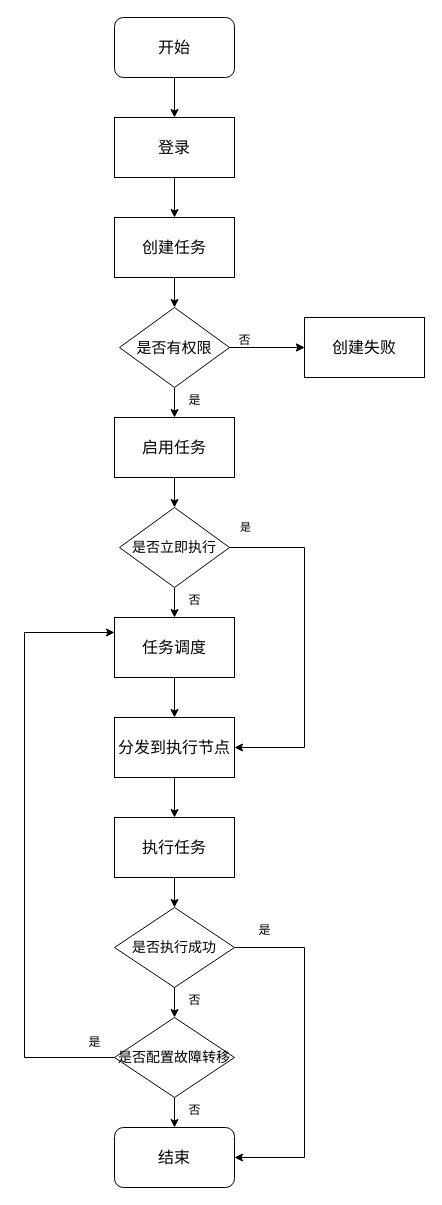
Above: 系统流程图.drawio in tianshengdiwangK/common (draw.io), before the change. Source tidied: cells renumbered, new cells numbered last; positions are measured from the earlier drawing's top-left corner, leaving out a move shared by most shapes. Both pictures are drawn from the tidied source at 100%, with x=0, y=0 at pixel (24, 17).
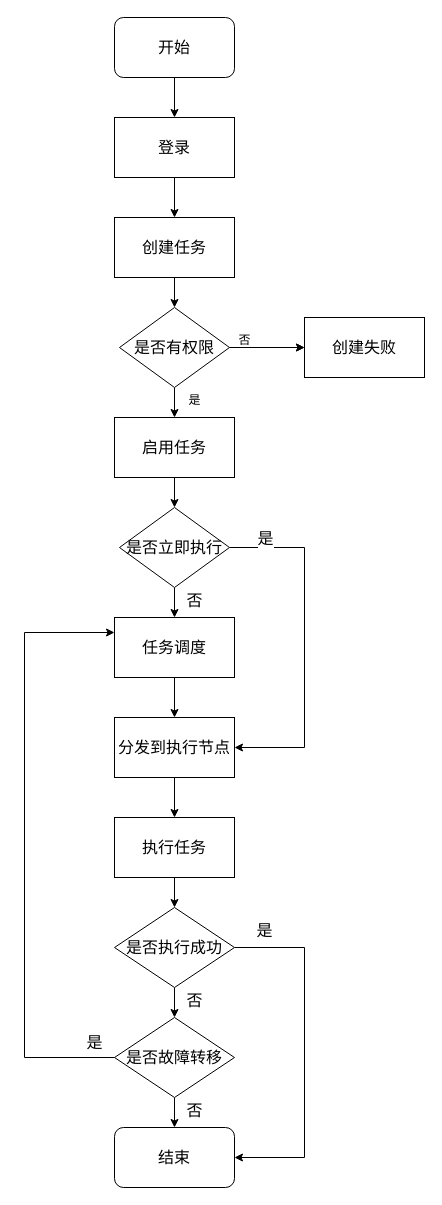
The same page after the edit.

Commit message:
更新系统流程图.drawio

The change refers to these unchanged cells:
```xml
<mxCell id="16" style="edgeStyle=orthogonalEdgeStyle;rounded=0;jettySize=auto;html=1;entryX=1;entryY=0.5;entryDx=0;entryDy=0;exitX=1;exitY=0.5;exitDx=0;exitDy=0;" parent="1" edge="1" source="18" target="22">
  <mxGeometry relative="1" as="geometry">
    <Array as="points">
      <mxPoint x="280" y="530" />
      <mxPoint x="280" y="730" />
    </Array>
  </mxGeometry>
</mxCell>
```

Diff of the diagram source:
```diff
@@
-    <mxCell id="5" value="&lt;font style=&quot;font-size: 15px;&quot;&gt;是否有权限&lt;/font&gt;" style="rhombus;whiteSpace=wrap;html=1;" parent="1" vertex="1">
+    <mxCell id="5" value="&lt;font style=&quot;font-size: 16px;&quot;&gt;是否有权限&lt;/font&gt;" style="rhombus;whiteSpace=wrap;html=1;" parent="1" vertex="1">
       <mxGeometry x="95" y="290" width="110" height="80" as="geometry" />
     </mxCell>
@@
-    <mxCell id="17" value="是" style="edgeLabel;html=1;align=center;verticalAlign=middle;" parent="16" vertex="1">
+    <mxCell id="17" value="&lt;font style=&quot;font-size: 16px;&quot;&gt;是&lt;/font&gt;" style="edgeLabel;html=1;align=center;verticalAlign=middle;" parent="16" vertex="1">
       <mxGeometry x="-0.21" y="12" relative="1" as="geometry">
-        <mxPoint x="-72" y="-82" as="offset" />
+        <mxPoint x="-52" y="-71" as="offset" />
       </mxGeometry>
     </mxCell>
-    <mxCell id="18" value="&lt;font style=&quot;font-size: 14px;&quot;&gt;是否立即执行&lt;/font&gt;" style="rhombus;whiteSpace=wrap;html=1;" parent="1" vertex="1">
+    <mxCell id="18" value="&lt;font style=&quot;font-size: 16px;&quot;&gt;是否立即执行&lt;/font&gt;" style="rhombus;whiteSpace=wrap;html=1;" parent="1" vertex="1">
       <mxGeometry x="95" y="490" width="110" height="80" as="geometry" />
     </mxCell>
@@
-    <mxCell id="27" value="否" style="text;html=1;align=center;verticalAlign=middle;strokeColor=none;fillColor=none;" parent="1" vertex="1">
+    <mxCell id="27" value="&lt;font style=&quot;font-size: 16px;&quot;&gt;否&lt;/font&gt;" style="text;html=1;align=center;verticalAlign=middle;strokeColor=none;fillColor=none;" parent="1" vertex="1">
       <mxGeometry x="150" y="568" width="40" height="30" as="geometry" />
     </mxCell>
@@
-    <mxCell id="30" value="&lt;font style=&quot;font-size: 14px;&quot;&gt;是否执行成功&lt;/font&gt;" style="rhombus;whiteSpace=wrap;html=1;" parent="1" vertex="1">
+    <mxCell id="30" value="&lt;font style=&quot;font-size: 16px;&quot;&gt;是否执行成功&lt;/font&gt;" style="rhombus;whiteSpace=wrap;html=1;" parent="1" vertex="1">
       <mxGeometry x="90" y="890" width="120" height="80" as="geometry" />
     </mxCell>
@@
-    <mxCell id="34" value="&lt;font style=&quot;font-size: 14px;&quot;&gt;是否配置故障转移&lt;br&gt;&lt;/font&gt;" style="rhombus;whiteSpace=wrap;html=1;" parent="1" vertex="1">
+    <mxCell id="34" value="&lt;font style=&quot;&quot;&gt;&lt;font style=&quot;font-size: 16px;&quot;&gt;是否故障转移&lt;/font&gt;&lt;br&gt;&lt;/font&gt;" style="rhombus;whiteSpace=wrap;html=1;" parent="1" vertex="1">
       <mxGeometry x="90" y="1000" width="120" height="80" as="geometry" />
     </mxCell>
-    <mxCell id="35" value="是" style="text;html=1;align=center;verticalAlign=middle;strokeColor=none;fillColor=none;" parent="1" vertex="1">
+    <mxCell id="35" value="&lt;font style=&quot;font-size: 16px;&quot;&gt;是&lt;/font&gt;" style="text;html=1;align=center;verticalAlign=middle;strokeColor=none;fillColor=none;" parent="1" vertex="1">
       <mxGeometry x="50" y="1010" width="40" height="30" as="geometry" />
     </mxCell>
-    <mxCell id="36" value="是" style="text;html=1;align=center;verticalAlign=middle;strokeColor=none;fillColor=none;" parent="1" vertex="1">
+    <mxCell id="36" value="&lt;font style=&quot;font-size: 16px;&quot;&gt;是&lt;/font&gt;" style="text;html=1;align=center;verticalAlign=middle;strokeColor=none;fillColor=none;" parent="1" vertex="1">
       <mxGeometry x="220" y="898" width="40" height="30" as="geometry" />
     </mxCell>
-    <mxCell id="37" value="否" style="text;html=1;align=center;verticalAlign=middle;strokeColor=none;fillColor=none;" parent="1" vertex="1">
+    <mxCell id="37" value="&lt;font style=&quot;font-size: 16px;&quot;&gt;否&lt;/font&gt;" style="text;html=1;align=center;verticalAlign=middle;strokeColor=none;fillColor=none;" parent="1" vertex="1">
       <mxGeometry x="150" y="968" width="40" height="30" as="geometry" />
     </mxCell>
-    <mxCell id="38" value="否" style="text;html=1;align=center;verticalAlign=middle;strokeColor=none;fillColor=none;" parent="1" vertex="1">
+    <mxCell id="38" value="&lt;font style=&quot;font-size: 16px;&quot;&gt;否&lt;/font&gt;" style="text;html=1;align=center;verticalAlign=middle;strokeColor=none;fillColor=none;" parent="1" vertex="1">
       <mxGeometry x="150" y="1078" width="40" height="30" as="geometry" />
     </mxCell>
```
